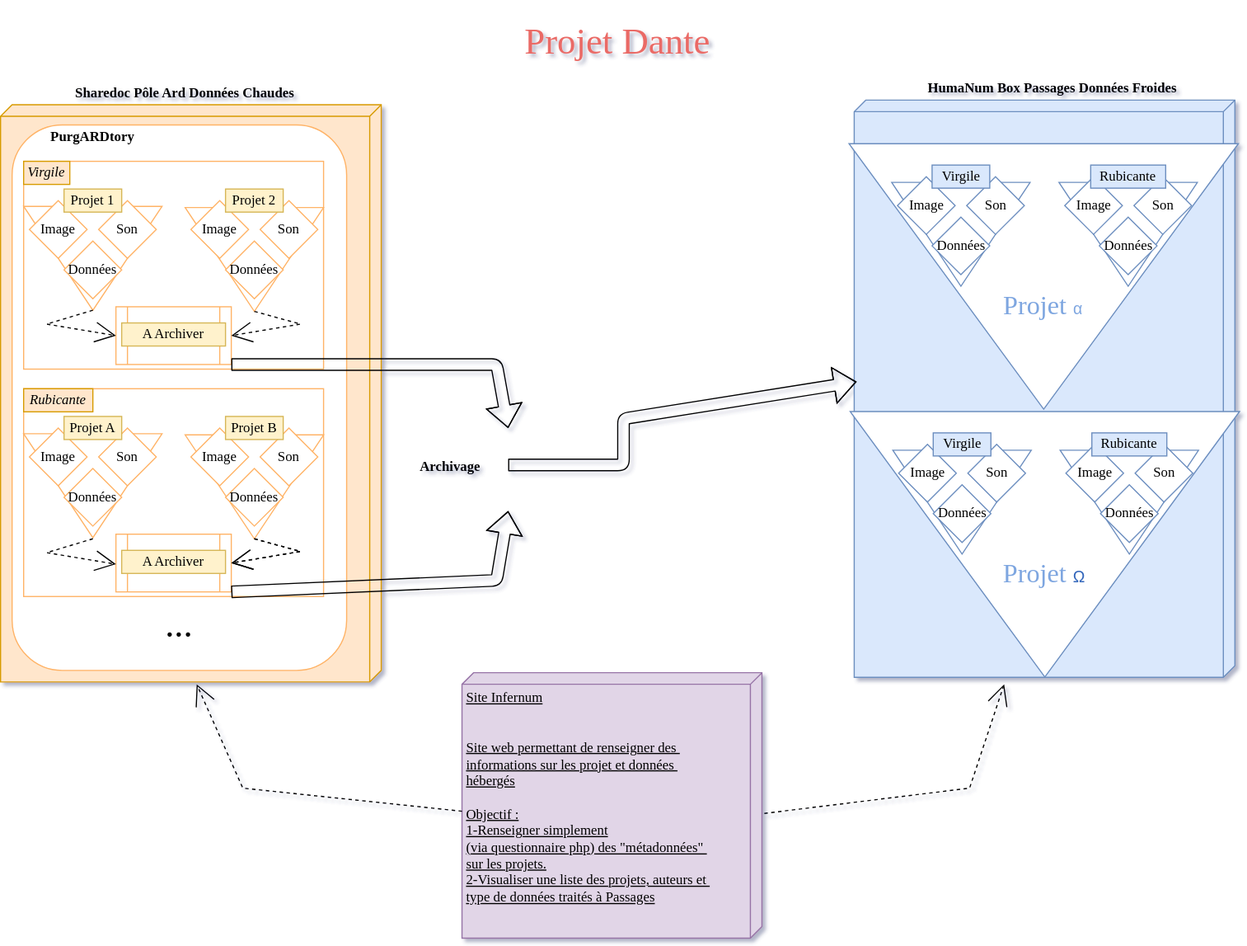
Earlier version of the draw.io export Projet_Dante.svg (LeCampionG/Projet_Dante). Source tidied: cells renumbered, new cells last; positions are measured from the earlier drawing's top-left corner, leaving out a move shared by most shapes.
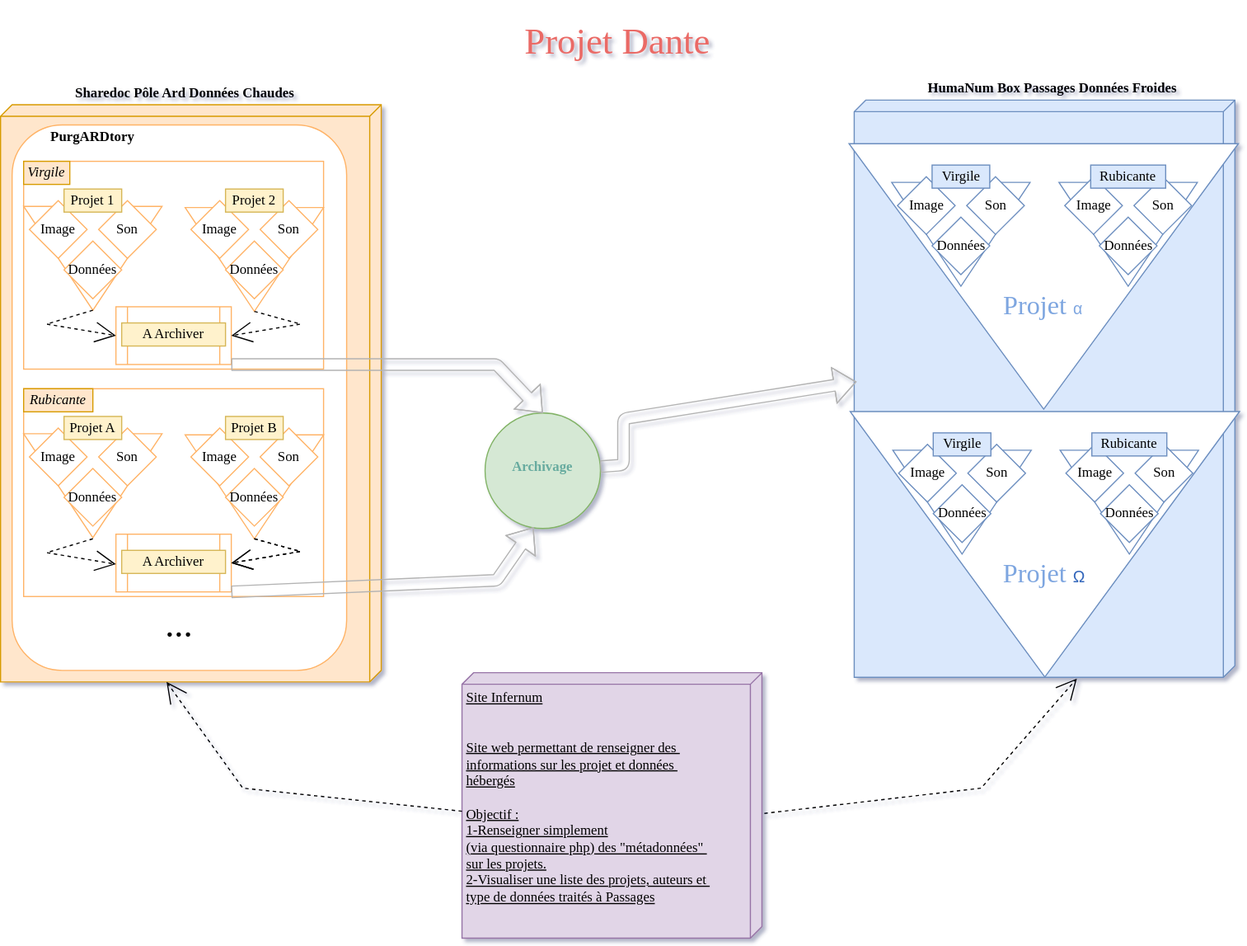
Above is the later version.

Diff of the diagram source:
```diff
@@ -2,6 +2,9 @@
   <root>
     <mxCell id="0" />
     <mxCell id="1" parent="0" />
+    <mxCell id="79" style="ellipse;whiteSpace=wrap;html=1;fontFamily=Georgia;fontSize=23;strokeColor=#82b366;fillColor=#d5e8d4;" parent="1" vertex="1">
+      <mxGeometry x="420" y="357" width="100" height="100" as="geometry" />
+    </mxCell>
     <mxCell id="2" style="verticalAlign=top;align=left;spacingTop=8;spacingLeft=2;spacingRight=12;shape=cube;size=10;direction=south;fontStyle=4;html=1;rounded=0;shadow=0;comic=0;labelBackgroundColor=none;strokeWidth=1;fontFamily=Verdana;fontSize=12;fillColor=#ffe6cc;strokeColor=#d79b00;" parent="1" vertex="1">
       <mxGeometry y="90" width="330" height="500" as="geometry" />
     </mxCell>
@@ -11,8 +14,8 @@
     <mxCell id="4" value="Site Infernum&lt;br&gt;&lt;br&gt;&lt;br&gt;Site web permettant de renseigner des&amp;nbsp;&lt;br&gt;informations sur les projet et données&amp;nbsp;&lt;br&gt;hébergés&lt;br&gt;&lt;br&gt;Objectif : &lt;br&gt;1-Renseigner simplement&lt;br&gt;(via questionnaire php) des &quot;métadonnées&quot;&amp;nbsp;&lt;br&gt;sur les projets.&lt;br&gt;2-Visualiser une liste des projets, auteurs et&amp;nbsp;&lt;br&gt;type de données traités à Passages" style="verticalAlign=top;align=left;spacingTop=8;spacingLeft=2;spacingRight=12;shape=cube;size=10;direction=south;fontStyle=4;html=1;rounded=0;shadow=0;comic=0;labelBackgroundColor=none;strokeWidth=1;fontFamily=Georgia;fontSize=12;fillColor=#e1d5e7;strokeColor=#9673a6;" parent="1" vertex="1">
       <mxGeometry x="400" y="582" width="260" height="230" as="geometry" />
     </mxCell>
-    <mxCell id="5" value="Archivage" style="text;html=1;strokeColor=none;fillColor=none;align=center;verticalAlign=middle;whiteSpace=wrap;rounded=0;fontFamily=Georgia;fontStyle=1;" parent="1" vertex="1">
-      <mxGeometry x="350" y="394.2" width="80" height="20" as="geometry" />
+    <mxCell id="5" value="&lt;font color=&quot;#67ab9f&quot;&gt;Archivage&lt;/font&gt;" style="text;html=1;strokeColor=none;fillColor=none;align=center;verticalAlign=middle;whiteSpace=wrap;rounded=0;fontFamily=Georgia;fontStyle=1;" parent="1" vertex="1">
+      <mxGeometry x="430" y="394.2" width="80" height="20" as="geometry" />
     </mxCell>
     <mxCell id="6" value="&lt;b&gt;HumaNum Box Passages Données Froides&lt;/b&gt;" style="text;html=1;strokeColor=none;fillColor=none;align=center;verticalAlign=middle;whiteSpace=wrap;rounded=0;fontFamily=Georgia;" parent="1" vertex="1">
       <mxGeometry x="752" y="66" width="320" height="20" as="geometry" />
@@ -160,26 +163,23 @@
         </Array>
       </mxGeometry>
     </mxCell>
-    <mxCell id="48" style="shape=flexArrow;endArrow=classic;html=1;fontFamily=Georgia;fontSize=32;entryX=0.488;entryY=0.994;entryDx=0;entryDy=0;entryPerimeter=0;" parent="1" edge="1" target="3">
+    <mxCell id="48" style="shape=flexArrow;endArrow=classic;html=1;fontFamily=Georgia;fontSize=32;entryX=0.488;entryY=0.994;entryDx=0;entryDy=0;entryPerimeter=0;startArrow=none;strokeColor=#B3B3B3;" parent="1" edge="1" source="79" target="3">
       <mxGeometry relative="1" as="geometry">
-        <mxPoint x="440" y="402" as="sourcePoint" />
         <Array as="points">
           <mxPoint x="540" y="402" />
           <mxPoint x="540" y="362" />
         </Array>
       </mxGeometry>
     </mxCell>
-    <mxCell id="49" style="shape=flexArrow;endArrow=classic;html=1;fontFamily=Georgia;fontSize=32;exitX=1;exitY=1;exitDx=0;exitDy=0;" parent="1" edge="1" source="29">
+    <mxCell id="49" style="shape=flexArrow;endArrow=classic;html=1;fontFamily=Georgia;fontSize=32;exitX=1;exitY=1;exitDx=0;exitDy=0;entryX=0.42;entryY=0.99;entryDx=0;entryDy=0;entryPerimeter=0;strokeColor=#B3B3B3;" parent="1" edge="1" source="29" target="79">
       <mxGeometry relative="1" as="geometry">
-        <mxPoint x="440" y="442" as="targetPoint" />
         <Array as="points">
           <mxPoint x="430" y="502" />
         </Array>
       </mxGeometry>
     </mxCell>
-    <mxCell id="50" style="shape=flexArrow;endArrow=classic;html=1;fontFamily=Georgia;fontSize=32;exitX=1;exitY=1;exitDx=0;exitDy=0;" parent="1" edge="1" source="12">
+    <mxCell id="50" style="shape=flexArrow;endArrow=classic;html=1;fontFamily=Georgia;fontSize=32;exitX=1;exitY=1;exitDx=0;exitDy=0;entryX=0.5;entryY=0;entryDx=0;entryDy=0;strokeColor=#B3B3B3;" parent="1" edge="1" source="12" target="79">
       <mxGeometry relative="1" as="geometry">
-        <mxPoint x="440" y="370" as="targetPoint" />
         <Array as="points">
           <mxPoint x="430" y="315" />
         </Array>
@@ -269,17 +269,15 @@
         </Array>
       </mxGeometry>
     </mxCell>
-    <mxCell id="77" style="edgeStyle=none;rounded=0;html=1;dashed=1;labelBackgroundColor=none;startArrow=none;startFill=0;startSize=8;endArrow=open;endFill=0;endSize=16;fontFamily=Verdana;fontSize=12;exitX=0.53;exitY=-0.008;exitDx=0;exitDy=0;exitPerimeter=0;" parent="1" edge="1" source="4">
+    <mxCell id="77" style="edgeStyle=none;rounded=0;html=1;dashed=1;labelBackgroundColor=none;startArrow=none;startFill=0;startSize=8;endArrow=open;endFill=0;endSize=16;fontFamily=Verdana;fontSize=12;exitX=0.53;exitY=-0.008;exitDx=0;exitDy=0;exitPerimeter=0;entryX=1.002;entryY=0.415;entryDx=0;entryDy=0;entryPerimeter=0;" parent="1" edge="1" source="4" target="3">
       <mxGeometry relative="1" as="geometry">
-        <mxPoint x="870" y="592" as="targetPoint" />
         <Array as="points">
-          <mxPoint x="840" y="682" />
+          <mxPoint x="850" y="682" />
         </Array>
       </mxGeometry>
     </mxCell>
-    <mxCell id="78" style="edgeStyle=none;rounded=0;html=1;dashed=1;labelBackgroundColor=none;startArrow=none;startFill=0;startSize=8;endArrow=open;endFill=0;endSize=16;fontFamily=Verdana;fontSize=12;exitX=0;exitY=0;exitDx=120;exitDy=260;exitPerimeter=0;" parent="1" edge="1" source="4">
+    <mxCell id="78" style="edgeStyle=none;rounded=0;html=1;dashed=1;labelBackgroundColor=none;startArrow=none;startFill=0;startSize=8;endArrow=open;endFill=0;endSize=16;fontFamily=Verdana;fontSize=12;exitX=0;exitY=0;exitDx=120;exitDy=260;exitPerimeter=0;entryX=1;entryY=0.564;entryDx=0;entryDy=0;entryPerimeter=0;" parent="1" edge="1" source="4" target="2">
       <mxGeometry relative="1" as="geometry">
-        <mxPoint x="170" y="592" as="targetPoint" />
         <Array as="points">
           <mxPoint x="210" y="682" />
         </Array>
```
